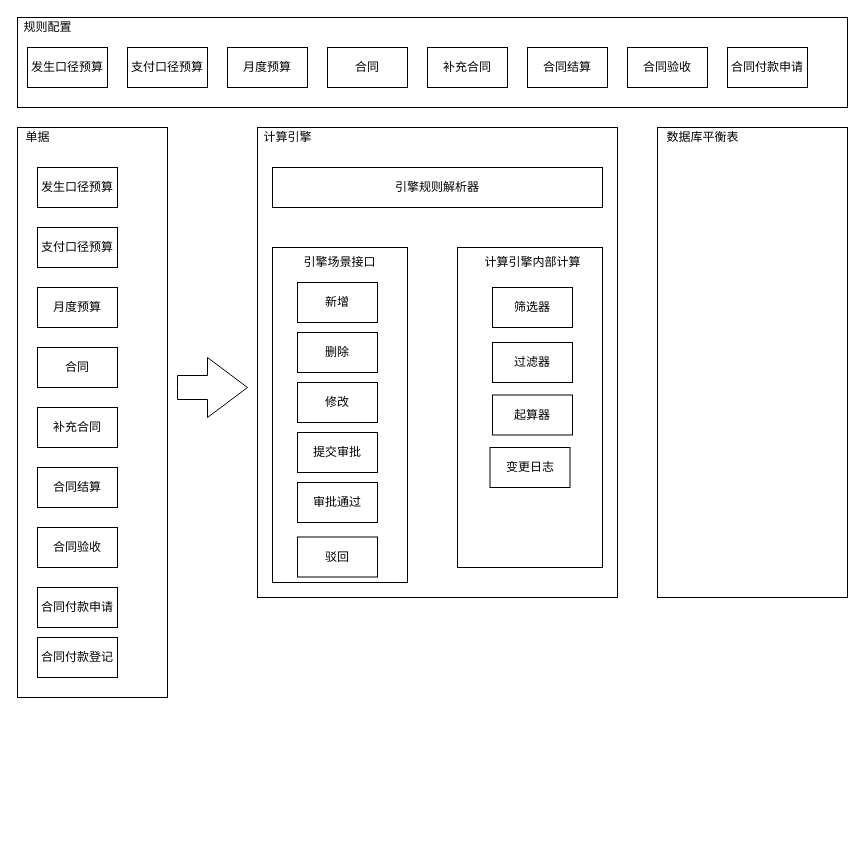
chainren/draw.io keeps this draw.io diagram as page "计算引擎架构" (2 of 4) of fyxt_arch.drawio. Above is the earlier version. Source tidied: cells renumbered, new cells numbered last; positions are measured from the earlier drawing's top-left corner, leaving out a move shared by most shapes. Both pictures are drawn from the tidied source at 100%, with x=0, y=0 at pixel (17, 17).
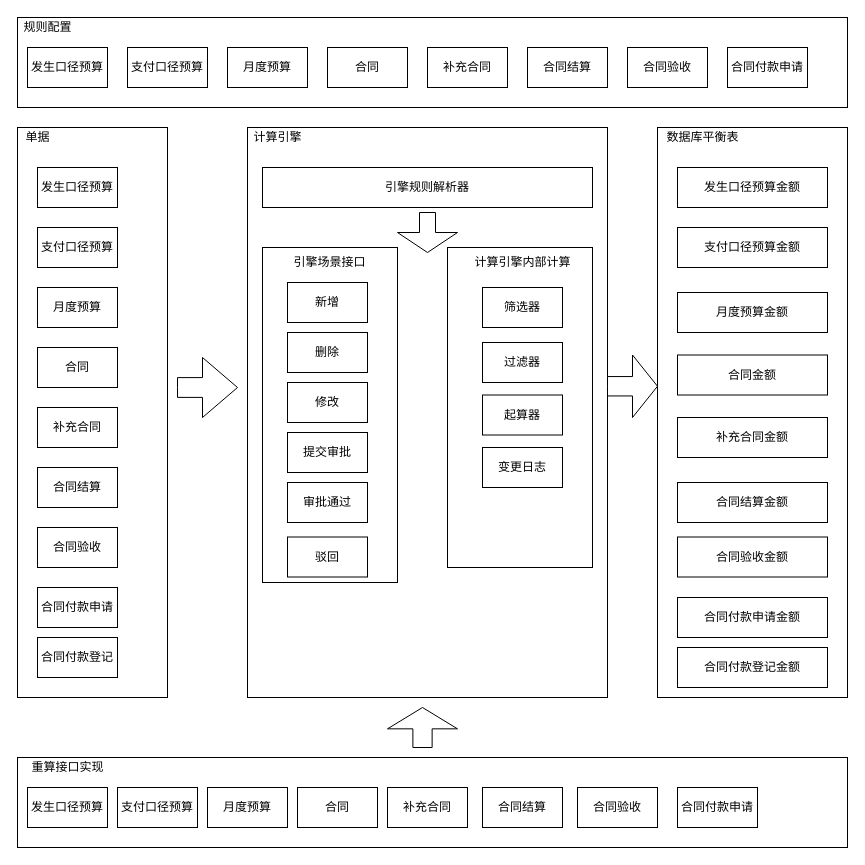
The same diagram, later.

Diff of the diagram source:
```diff
@@
     <mxCell id="14" style="rounded=0;whiteSpace=wrap;html=1;" parent="1" vertex="1">
-      <mxGeometry x="240" y="110" width="360" height="470" as="geometry" />
+      <mxGeometry x="230" y="110" width="360" height="570" as="geometry" />
     </mxCell>
     <mxCell id="15" style="rounded=0;whiteSpace=wrap;html=1;" parent="1" vertex="1">
-      <mxGeometry x="640" y="110" width="190" height="470" as="geometry" />
+      <mxGeometry x="640" y="110" width="190" height="570" as="geometry" />
     </mxCell>
@@
     <mxCell id="17" value="计算引擎" style="text;html=1;align=center;verticalAlign=middle;strokeColor=none;fillColor=none;" parent="1" vertex="1">
-      <mxGeometry x="240" y="110" width="60" height="20" as="geometry" />
+      <mxGeometry x="230" y="110" width="60" height="20" as="geometry" />
     </mxCell>
@@
-    <mxCell id="27" style="html=1;shadow=0;dashed=0;align=center;verticalAlign=middle;shape=mxgraph.arrows2.arrow;dy=0.6;dx=40;notch=0;" parent="1" vertex="1">
-      <mxGeometry x="160" y="340" width="70" height="60" as="geometry" />
+    <mxCell id="27" style="html=1;shadow=0;dashed=0;align=center;verticalAlign=middle;shape=mxgraph.arrows2.arrow;dy=0.67;dx=35;notch=0;" parent="1" vertex="1">
+      <mxGeometry x="160" y="340" width="60" height="60" as="geometry" />
     </mxCell>
     <mxCell id="28" value="引擎规则解析器" style="rounded=0;whiteSpace=wrap;html=1;" parent="1" vertex="1">
-      <mxGeometry x="255" y="150" width="330" height="40" as="geometry" />
+      <mxGeometry x="245" y="150" width="330" height="40" as="geometry" />
     </mxCell>
     <mxCell id="29" style="rounded=0;whiteSpace=wrap;html=1;" parent="1" vertex="1">
-      <mxGeometry x="255" y="230" width="135" height="335" as="geometry" />
+      <mxGeometry x="245" y="230" width="135" height="335" as="geometry" />
     </mxCell>
     <mxCell id="30" style="rounded=0;whiteSpace=wrap;html=1;" parent="1" vertex="1">
-      <mxGeometry x="440" y="230" width="145" height="320" as="geometry" />
+      <mxGeometry x="430" y="230" width="145" height="320" as="geometry" />
     </mxCell>
     <mxCell id="31" value="新增" style="rounded=0;whiteSpace=wrap;html=1;" parent="1" vertex="1">
-      <mxGeometry x="280" y="265" width="80" height="40" as="geometry" />
+      <mxGeometry x="270" y="265" width="80" height="40" as="geometry" />
     </mxCell>
     <mxCell id="32" value="删除" style="rounded=0;whiteSpace=wrap;html=1;" parent="1" vertex="1">
-      <mxGeometry x="280" y="315" width="80" height="40" as="geometry" />
+      <mxGeometry x="270" y="315" width="80" height="40" as="geometry" />
     </mxCell>
     <mxCell id="33" value="修改" style="rounded=0;whiteSpace=wrap;html=1;" parent="1" vertex="1">
-      <mxGeometry x="280" y="365" width="80" height="40" as="geometry" />
+      <mxGeometry x="270" y="365" width="80" height="40" as="geometry" />
     </mxCell>
     <mxCell id="34" value="提交审批" style="rounded=0;whiteSpace=wrap;html=1;" parent="1" vertex="1">
-      <mxGeometry x="280" y="415" width="80" height="40" as="geometry" />
+      <mxGeometry x="270" y="415" width="80" height="40" as="geometry" />
     </mxCell>
     <mxCell id="35" value="审批通过" style="rounded=0;whiteSpace=wrap;html=1;" parent="1" vertex="1">
-      <mxGeometry x="280" y="465" width="80" height="40" as="geometry" />
+      <mxGeometry x="270" y="465" width="80" height="40" as="geometry" />
     </mxCell>
     <mxCell id="36" value="驳回" style="rounded=0;whiteSpace=wrap;html=1;" parent="1" vertex="1">
-      <mxGeometry x="280" y="519.5" width="80" height="40" as="geometry" />
+      <mxGeometry x="270" y="519.5" width="80" height="40" as="geometry" />
     </mxCell>
     <mxCell id="37" value="引擎场景接口" style="text;html=1;strokeColor=none;fillColor=none;align=center;verticalAlign=middle;whiteSpace=wrap;rounded=0;" parent="1" vertex="1">
-      <mxGeometry x="275" y="230" width="95" height="30" as="geometry" />
+      <mxGeometry x="265" y="230" width="95" height="30" as="geometry" />
     </mxCell>
     <mxCell id="38" value="计算引擎内部计算" style="text;html=1;align=center;verticalAlign=middle;strokeColor=none;fillColor=none;" parent="1" vertex="1">
-      <mxGeometry x="460" y="235" width="110" height="20" as="geometry" />
+      <mxGeometry x="450" y="235" width="110" height="20" as="geometry" />
     </mxCell>
     <mxCell id="39" value="筛选器" style="rounded=0;whiteSpace=wrap;html=1;" parent="1" vertex="1">
-      <mxGeometry x="475" y="270" width="80" height="40" as="geometry" />
+      <mxGeometry x="465" y="270" width="80" height="40" as="geometry" />
     </mxCell>
     <mxCell id="40" value="过滤器" style="rounded=0;whiteSpace=wrap;html=1;" parent="1" vertex="1">
-      <mxGeometry x="475" y="325" width="80" height="40" as="geometry" />
+      <mxGeometry x="465" y="325" width="80" height="40" as="geometry" />
     </mxCell>
     <mxCell id="41" value="起算器" style="rounded=0;whiteSpace=wrap;html=1;" parent="1" vertex="1">
-      <mxGeometry x="475" y="377.5" width="80" height="40" as="geometry" />
+      <mxGeometry x="465" y="377.5" width="80" height="40" as="geometry" />
     </mxCell>
     <mxCell id="42" value="变更日志" style="rounded=0;whiteSpace=wrap;html=1;" parent="1" vertex="1">
-      <mxGeometry x="472.5" y="430" width="80" height="40" as="geometry" />
+      <mxGeometry x="465" y="430" width="80" height="40" as="geometry" />
     </mxCell>
+    <mxCell id="43" value="发生口径预算金额" style="rounded=0;whiteSpace=wrap;html=1;" parent="1" vertex="1">
+      <mxGeometry x="660" y="150" width="150" height="40" as="geometry" />
+    </mxCell>
+    <mxCell id="44" value="支付口径预算金额" style="rounded=0;whiteSpace=wrap;html=1;" parent="1" vertex="1">
+      <mxGeometry x="660" y="210" width="150" height="40" as="geometry" />
+    </mxCell>
+    <mxCell id="45" value="月度预算金额" style="rounded=0;whiteSpace=wrap;html=1;" parent="1" vertex="1">
+      <mxGeometry x="660" y="275" width="150" height="40" as="geometry" />
+    </mxCell>
+    <mxCell id="46" value="合同金额" style="rounded=0;whiteSpace=wrap;html=1;" parent="1" vertex="1">
+      <mxGeometry x="660" y="337.5" width="150" height="40" as="geometry" />
+    </mxCell>
+    <mxCell id="47" value="补充合同金额" style="rounded=0;whiteSpace=wrap;html=1;" parent="1" vertex="1">
+      <mxGeometry x="660" y="400" width="150" height="40" as="geometry" />
+    </mxCell>
+    <mxCell id="48" value="合同结算金额" style="rounded=0;whiteSpace=wrap;html=1;" parent="1" vertex="1">
+      <mxGeometry x="660" y="465" width="150" height="40" as="geometry" />
+    </mxCell>
+    <mxCell id="49" value="合同验收金额" style="rounded=0;whiteSpace=wrap;html=1;" parent="1" vertex="1">
+      <mxGeometry x="660" y="519.5" width="150" height="40" as="geometry" />
+    </mxCell>
+    <mxCell id="50" value="合同付款申请金额" style="rounded=0;whiteSpace=wrap;html=1;" parent="1" vertex="1">
+      <mxGeometry x="660" y="580" width="150" height="40" as="geometry" />
+    </mxCell>
+    <mxCell id="51" value="合同付款登记金额" style="rounded=0;whiteSpace=wrap;html=1;" parent="1" vertex="1">
+      <mxGeometry x="660" y="630" width="150" height="40" as="geometry" />
+    </mxCell>
+    <mxCell id="52" style="html=1;shadow=0;dashed=0;align=center;verticalAlign=middle;shape=mxgraph.arrows2.arrow;dy=0.69;dx=25;notch=0;" parent="1" vertex="1">
+      <mxGeometry x="590" y="337.5" width="50" height="62.5" as="geometry" />
+    </mxCell>
+    <mxCell id="53" style="shape=singleArrow;direction=south;whiteSpace=wrap;html=1;arrowWidth=0.26666666666666666;arrowSize=0.5;" parent="1" vertex="1">
+      <mxGeometry x="380" y="195" width="60" height="40" as="geometry" />
+    </mxCell>
+    <mxCell id="54" style="rounded=0;whiteSpace=wrap;html=1;" parent="1" vertex="1">
+      <mxGeometry y="740" width="830" height="90" as="geometry" />
+    </mxCell>
+    <mxCell id="55" style="shape=singleArrow;direction=north;whiteSpace=wrap;html=1;arrowWidth=0.275;arrowSize=0.5333333333333333;" parent="1" vertex="1">
+      <mxGeometry x="370" y="690" width="70" height="40" as="geometry" />
+    </mxCell>
+    <mxCell id="56" value="发生口径预算" style="rounded=0;whiteSpace=wrap;html=1;" parent="1" vertex="1">
+      <mxGeometry x="10" y="770" width="80" height="40" as="geometry" />
+    </mxCell>
+    <mxCell id="57" value="重算接口实现" style="text;html=1;align=center;verticalAlign=middle;strokeColor=none;fillColor=none;" parent="1" vertex="1">
+      <mxGeometry x="5" y="740" width="90" height="20" as="geometry" />
+    </mxCell>
+    <mxCell id="58" value="支付口径预算" style="rounded=0;whiteSpace=wrap;html=1;" parent="1" vertex="1">
+      <mxGeometry x="100" y="770" width="80" height="40" as="geometry" />
+    </mxCell>
+    <mxCell id="59" value="月度预算" style="rounded=0;whiteSpace=wrap;html=1;" parent="1" vertex="1">
+      <mxGeometry x="190" y="770" width="80" height="40" as="geometry" />
+    </mxCell>
+    <mxCell id="60" value="合同" style="rounded=0;whiteSpace=wrap;html=1;" parent="1" vertex="1">
+      <mxGeometry x="280" y="770" width="80" height="40" as="geometry" />
+    </mxCell>
+    <mxCell id="61" value="补充合同" style="rounded=0;whiteSpace=wrap;html=1;" parent="1" vertex="1">
+      <mxGeometry x="370" y="770" width="80" height="40" as="geometry" />
+    </mxCell>
+    <mxCell id="62" value="合同结算" style="rounded=0;whiteSpace=wrap;html=1;" parent="1" vertex="1">
+      <mxGeometry x="465" y="770" width="80" height="40" as="geometry" />
+    </mxCell>
+    <mxCell id="63" value="合同验收" style="rounded=0;whiteSpace=wrap;html=1;" parent="1" vertex="1">
+      <mxGeometry x="560" y="770" width="80" height="40" as="geometry" />
+    </mxCell>
+    <mxCell id="64" value="合同付款申请" style="rounded=0;whiteSpace=wrap;html=1;" parent="1" vertex="1">
+      <mxGeometry x="660" y="770" width="80" height="40" as="geometry" />
+    </mxCell>
```
